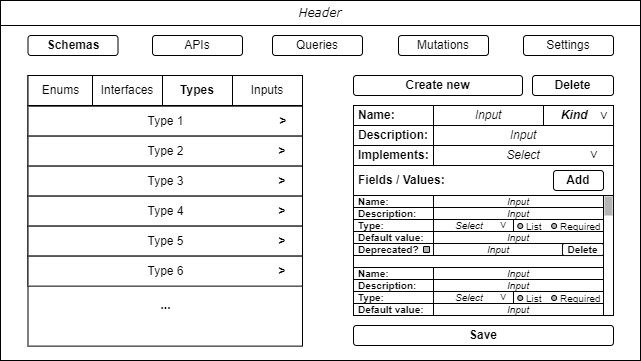
This is Artefatos/Telas/schemas-panel-wireframe.png from ICEI-PUC-Minas-PPLES-TI/plf-es-2022-1-tcci-5308100-dev-marlon-silva, a draw.io export, as it was before one commit. Source tidied: cells renumbered, new cells last; positions are measured from the earlier drawing's top-left corner, leaving out a move shared by most shapes.
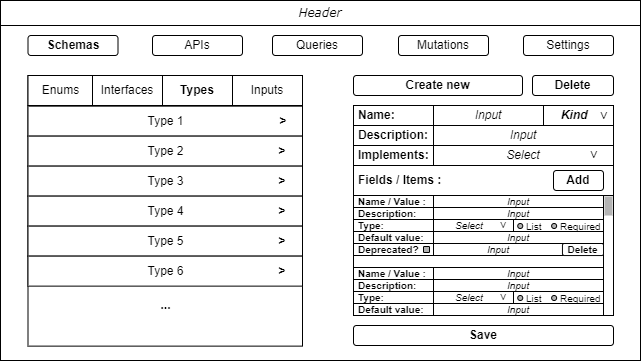
The same diagram one commit later.

Diff of the diagram source:
```diff
@@ -62,7 +62,7 @@
     <mxCell id="21" value="&lt;b&gt;Description:&lt;/b&gt;" style="rounded=0;whiteSpace=wrap;html=1;align=left;spacingLeft=3;" parent="1" vertex="1">
       <mxGeometry x="353" y="125" width="80" height="20" as="geometry" />
     </mxCell>
-    <mxCell id="22" value="&lt;b&gt;Fields / Values:&lt;/b&gt;" style="text;html=1;strokeColor=none;fillColor=none;align=left;verticalAlign=middle;whiteSpace=wrap;rounded=0;spacingLeft=3;" parent="1" vertex="1">
+    <mxCell id="22" value="&lt;b&gt;Fields / Items :&lt;/b&gt;" style="text;html=1;strokeColor=none;fillColor=none;align=left;verticalAlign=middle;whiteSpace=wrap;rounded=0;spacingLeft=3;" parent="1" vertex="1">
       <mxGeometry x="353" y="170" width="99" height="20" as="geometry" />
     </mxCell>
     <mxCell id="23" value="&lt;i&gt;Input&lt;/i&gt;" style="rounded=0;whiteSpace=wrap;html=1;" parent="1" vertex="1">
@@ -128,7 +128,7 @@
     <mxCell id="43" style="group;" parent="1" vertex="1">
       <mxGeometry x="353" y="195" width="250" height="60" as="geometry" />
     </mxCell>
-    <mxCell id="44" value="&lt;b style=&quot;font-size: 10px;&quot;&gt;Name:&lt;/b&gt;" style="rounded=0;whiteSpace=wrap;html=1;align=left;spacingLeft=3;fontSize=10;" parent="43" vertex="1">
+    <mxCell id="44" value="&lt;b style=&quot;font-size: 10px;&quot;&gt;Name / Value :&lt;/b&gt;" style="rounded=0;whiteSpace=wrap;html=1;align=left;spacingLeft=3;fontSize=10;" parent="43" vertex="1">
       <mxGeometry width="80" height="12" as="geometry" />
     </mxCell>
     <mxCell id="45" value="&lt;b style=&quot;font-size: 10px;&quot;&gt;Description:&lt;/b&gt;" style="rounded=0;whiteSpace=wrap;html=1;align=left;spacingLeft=3;fontSize=10;" parent="43" vertex="1">
@@ -182,7 +182,7 @@
     <mxCell id="61" value="&lt;i style=&quot;font-size: 10px;&quot;&gt;Input&lt;/i&gt;" style="rounded=0;whiteSpace=wrap;html=1;fontSize=10;" parent="43" vertex="1">
       <mxGeometry x="80" y="36" width="170" height="12" as="geometry" />
     </mxCell>
-    <mxCell id="62" value="&lt;b style=&quot;font-size: 10px;&quot;&gt;Name:&lt;/b&gt;" style="rounded=0;whiteSpace=wrap;html=1;align=left;spacingLeft=3;fontSize=10;" parent="1" vertex="1">
+    <mxCell id="62" value="&lt;b style=&quot;font-size: 10px;&quot;&gt;Name / Value :&lt;/b&gt;" style="rounded=0;whiteSpace=wrap;html=1;align=left;spacingLeft=3;fontSize=10;" parent="1" vertex="1">
       <mxGeometry x="353" y="267" width="80" height="12" as="geometry" />
     </mxCell>
     <mxCell id="63" value="&lt;b style=&quot;font-size: 10px;&quot;&gt;Description:&lt;/b&gt;" style="rounded=0;whiteSpace=wrap;html=1;align=left;spacingLeft=3;fontSize=10;" parent="1" vertex="1">
```
